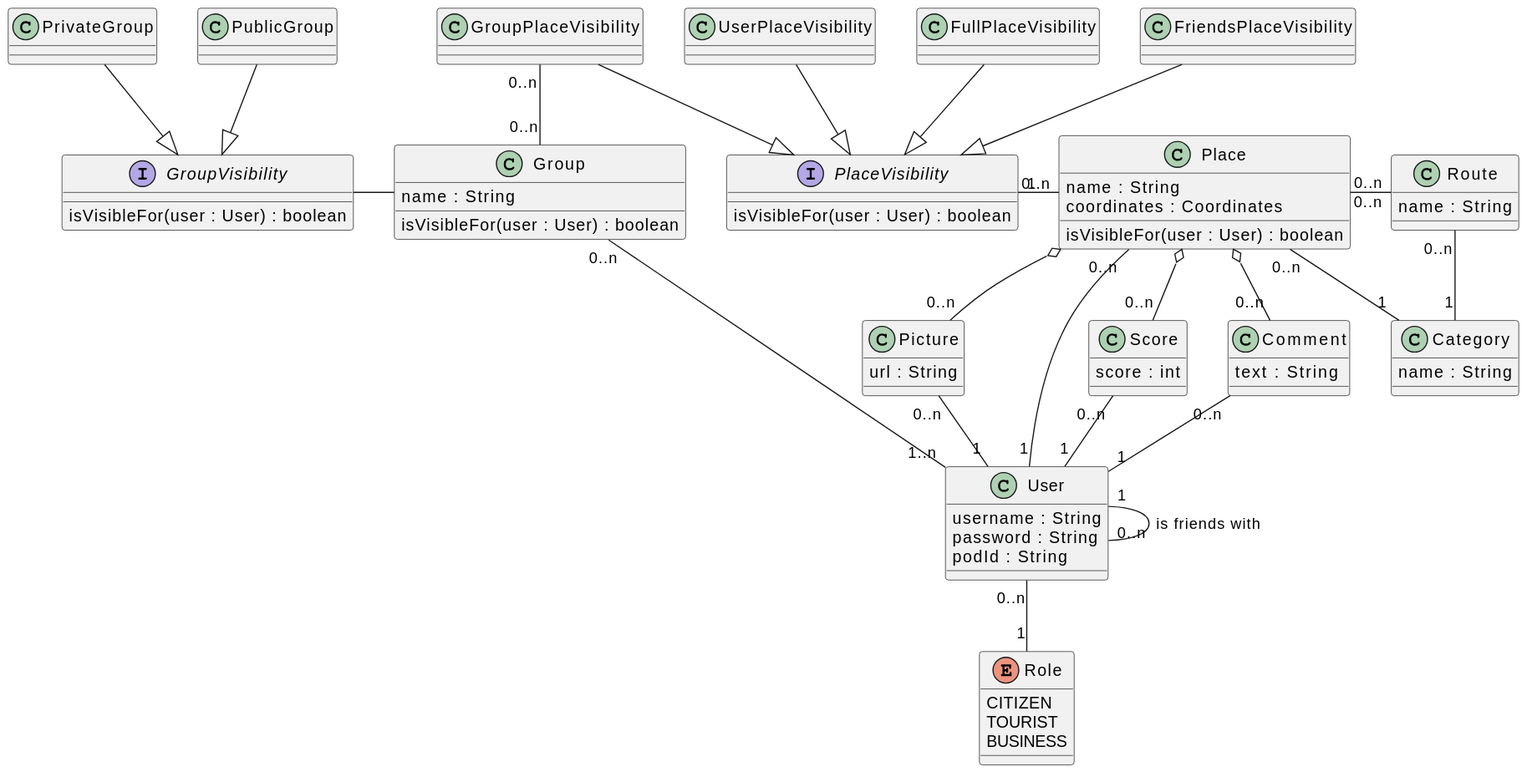
Above: docs/images/DomainDiagram.svg in Arquisoft/lomap_en1a (PlantUML), before the change. Its diagram source:
```plantuml
@startuml
interface PlaceVisibility{
    isVisibleFor(user : User) : boolean
}

class UserPlaceVisibility{

}

class FriendsPlaceVisibility{

}

class GroupPlaceVisibility{

}

class FullPlaceVisibility{

}

interface GroupVisibility {
    isVisibleFor(user : User) : boolean
}

class PrivateGroup {

}

class PublicGroup {

}

class Place{
    name : String
    coordinates : Coordinates
    isVisibleFor(user : User) : boolean
}

class Category{
    name : String
}

class Picture{
    url : String
}

class Comment{
    text : String
}

class Score{
    score : int
}

class Route{
    name : String
}

class User{
    username : String
    password : String
    podId : String
}

enum Role{
    CITIZEN
    TOURIST
    BUSINESS
}

class Group{
    name : String
    isVisibleFor(user : User) : boolean
}

class GroupPlaceVisibility {

}

Place "0..n" -down- "1" Category
Place o-down- "0..n" Picture
Place o-down- "0..n" Comment
Place o-down- "0..n" Score
Place "0..n" -left- "1" PlaceVisibility

User "1" -up- "0..n" Picture
User "1" -up- "0..n" Comment
User "1" -up- "0..n" Score
User "1" -- "0..n" User : is friends with
User "1..n" -left- "0..n" Group
User "0..n" -- "1" Role
User "1" -left- "0..n" Place

Route "0..n" -- "1" Category
Route "0..n" -left- "0..n" Place

PlaceVisibility <|-up- UserPlaceVisibility
PlaceVisibility <|-up- FriendsPlaceVisibility
PlaceVisibility <|-up- GroupPlaceVisibility
PlaceVisibility <|-up- FullPlaceVisibility

GroupPlaceVisibility "0..n" -- "0..n" Group

GroupVisibility <|-up- PrivateGroup
GroupVisibility <|-up- PublicGroup
GroupVisibility -right- Group
@enduml
```
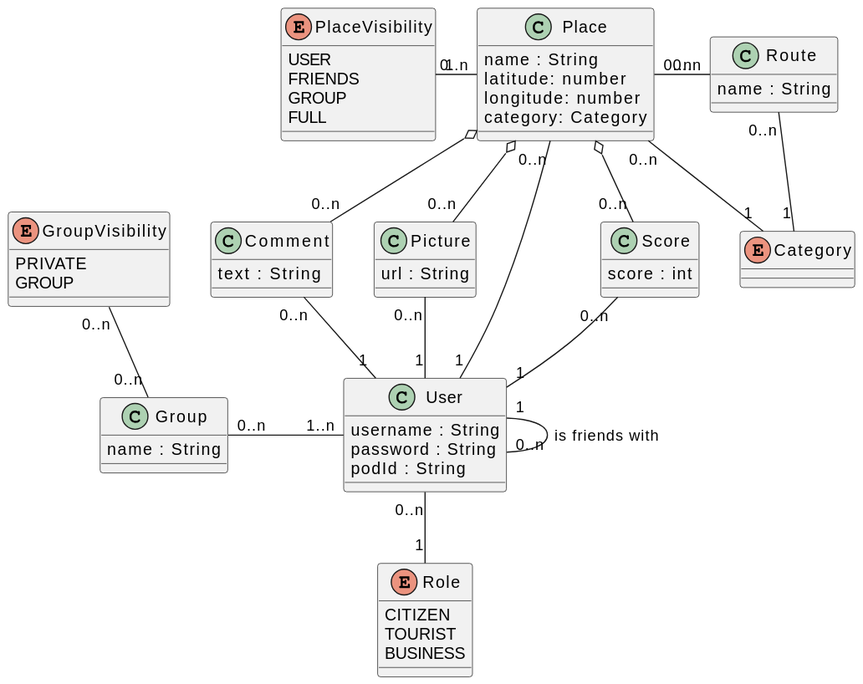
The same diagram one commit later.

The edit, as a diff of the source:
```diff
@@ -1,44 +1,24 @@
 @startuml
-interface PlaceVisibility{
-    isVisibleFor(user : User) : boolean
+enum PlaceVisibility{
+    USER
+    FRIENDS
+    GROUP
+    FULL
 }
 
-class UserPlaceVisibility{
-
-}
-
-class FriendsPlaceVisibility{
-
-}
-
-class GroupPlaceVisibility{
-
-}
-
-class FullPlaceVisibility{
-
-}
-
-interface GroupVisibility {
-    isVisibleFor(user : User) : boolean
-}
-
-class PrivateGroup {
-
-}
-
-class PublicGroup {
-
+enum GroupVisibility {
+    PRIVATE
+    GROUP
 }
 
 class Place{
     name : String
-    coordinates : Coordinates
-    isVisibleFor(user : User) : boolean
+    latitude: number
+    longitude: number
+    category: Category
 }
 
-class Category{
-    name : String
+enum Category{
 }
 
 class Picture{
@@ -71,11 +51,6 @@
 
 class Group{
     name : String
-    isVisibleFor(user : User) : boolean
-}
-
-class GroupPlaceVisibility {
-
 }
 
 Place "0..n" -down- "1" Category
@@ -95,14 +70,5 @@
 Route "0..n" -- "1" Category
 Route "0..n" -left- "0..n" Place
 
-PlaceVisibility <|-up- UserPlaceVisibility
-PlaceVisibility <|-up- FriendsPlaceVisibility
-PlaceVisibility <|-up- GroupPlaceVisibility
-PlaceVisibility <|-up- FullPlaceVisibility
-
-GroupPlaceVisibility "0..n" -- "0..n" Group
-
-GroupVisibility <|-up- PrivateGroup
-GroupVisibility <|-up- PublicGroup
-GroupVisibility -right- Group
+GroupVisibility "0..n" -- "0..n" Group
 @enduml
```
